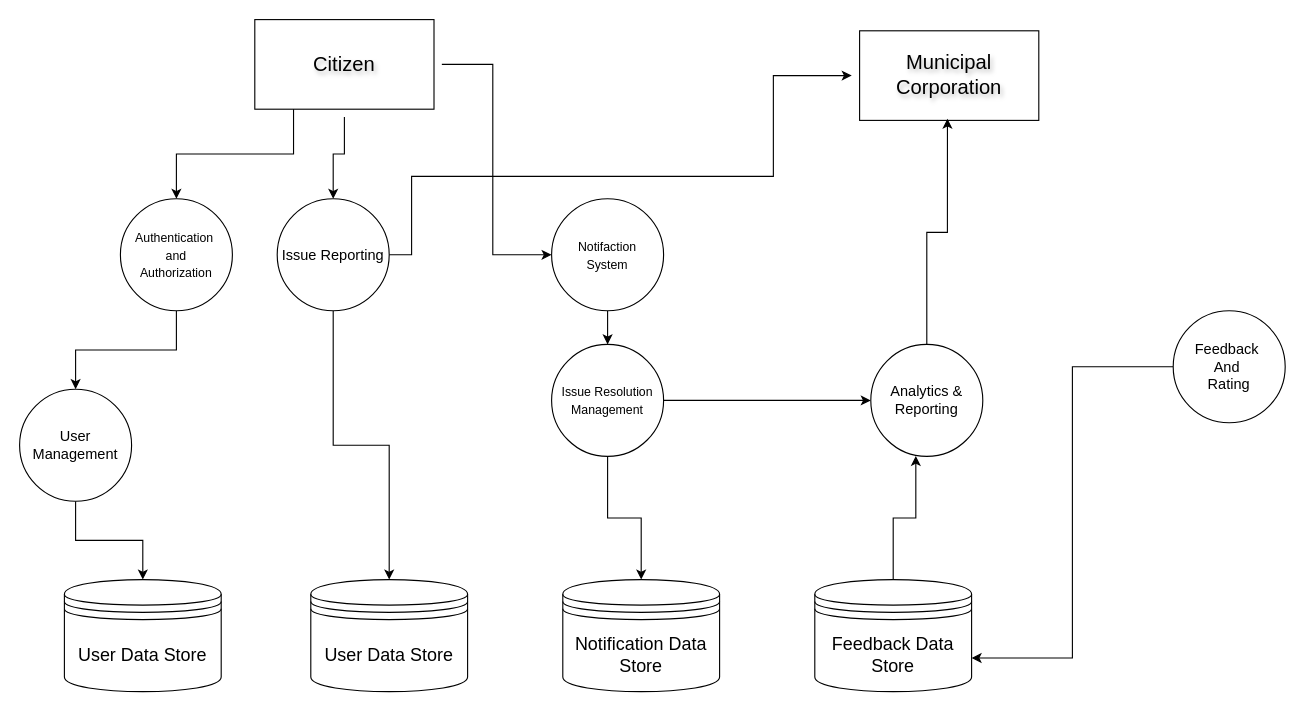
Above: dfd.drawio in AgrwalNipun/project-phase-1 (draw.io), before the change. Source tidied: cells renumbered, new cells numbered last; positions are measured from the earlier drawing's top-left corner, leaving out a move shared by most shapes. Both pictures are drawn from the tidied source at 112%, with x=0, y=0 at pixel (19, 19).
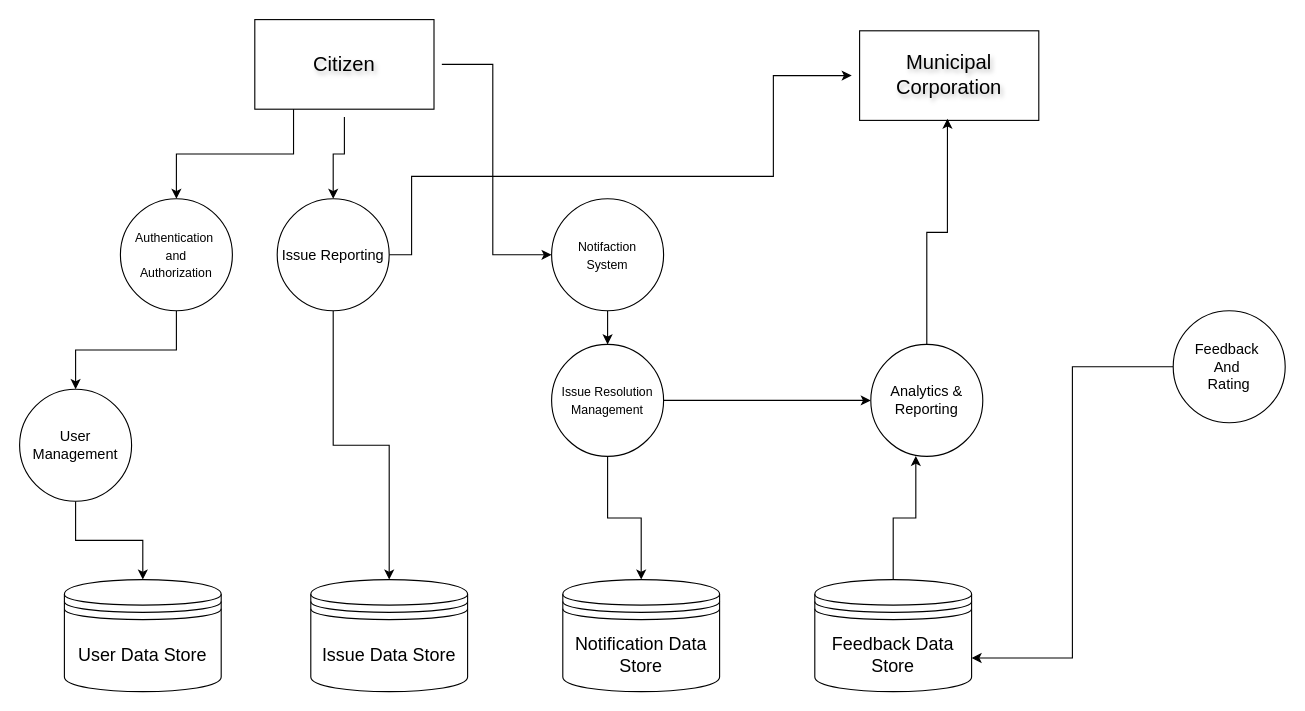
After the change.

Unchanged cells that the change refers to:
```xml
<mxCell id="7" style="group;" parent="1" vertex="1">
  <mxGeometry x="40" y="500" width="810" height="100" as="geometry" />
</mxCell>
```

Diff of the diagram source:
```diff
@@
-    <mxCell id="8" value="&lt;font style=&quot;font-size: 16px;&quot;&gt;User Data Store&lt;/font&gt;" style="shape=datastore;whiteSpace=wrap;html=1;" parent="7" vertex="1">
+    <mxCell id="8" value="&lt;font style=&quot;font-size: 16px;&quot;&gt;Issue Data Store&lt;/font&gt;" style="shape=datastore;whiteSpace=wrap;html=1;" parent="7" vertex="1">
       <mxGeometry x="220" width="140" height="100" as="geometry" />
     </mxCell>
```
